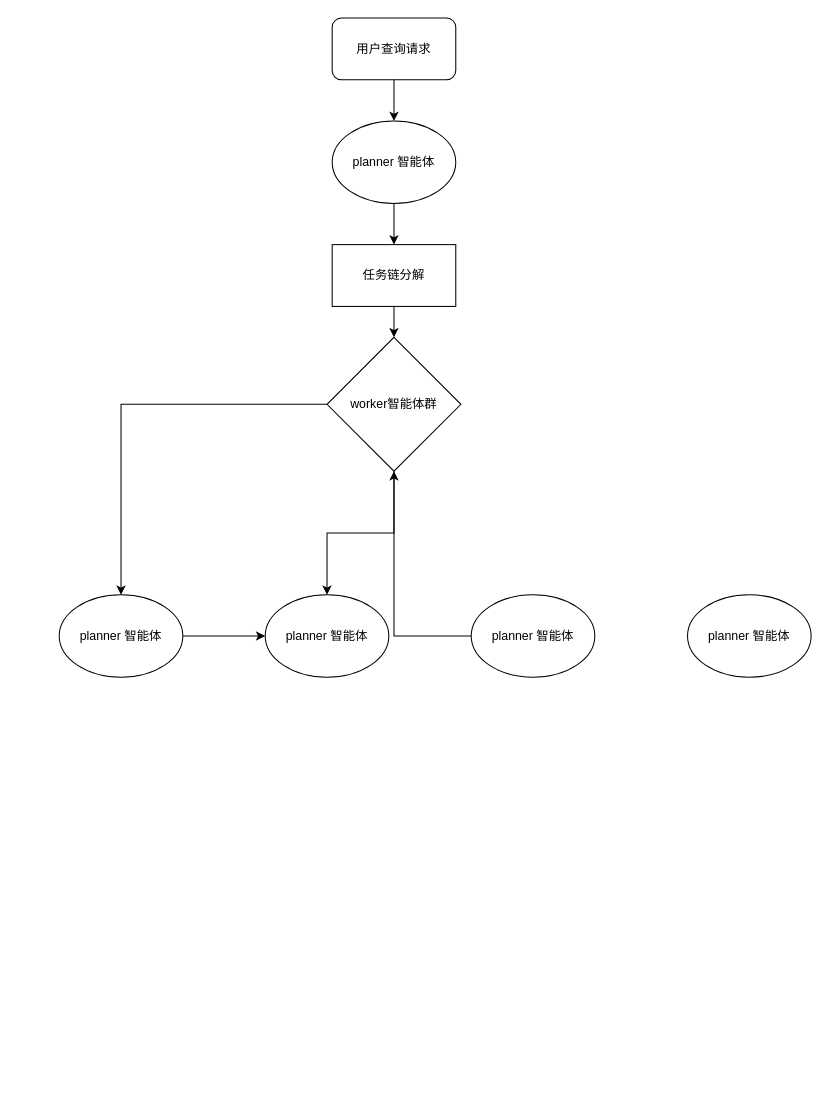
Before: 未命名绘图.drawio in PiercingLight1/reddit_crawler_v2, a draw.io diagram. Source tidied: cells renumbered, new cells numbered last; positions are measured from the earlier drawing's top-left corner, leaving out a move shared by most shapes. Both pictures are drawn from the tidied source at 103%, with x=0, y=0 at pixel (59, 18).
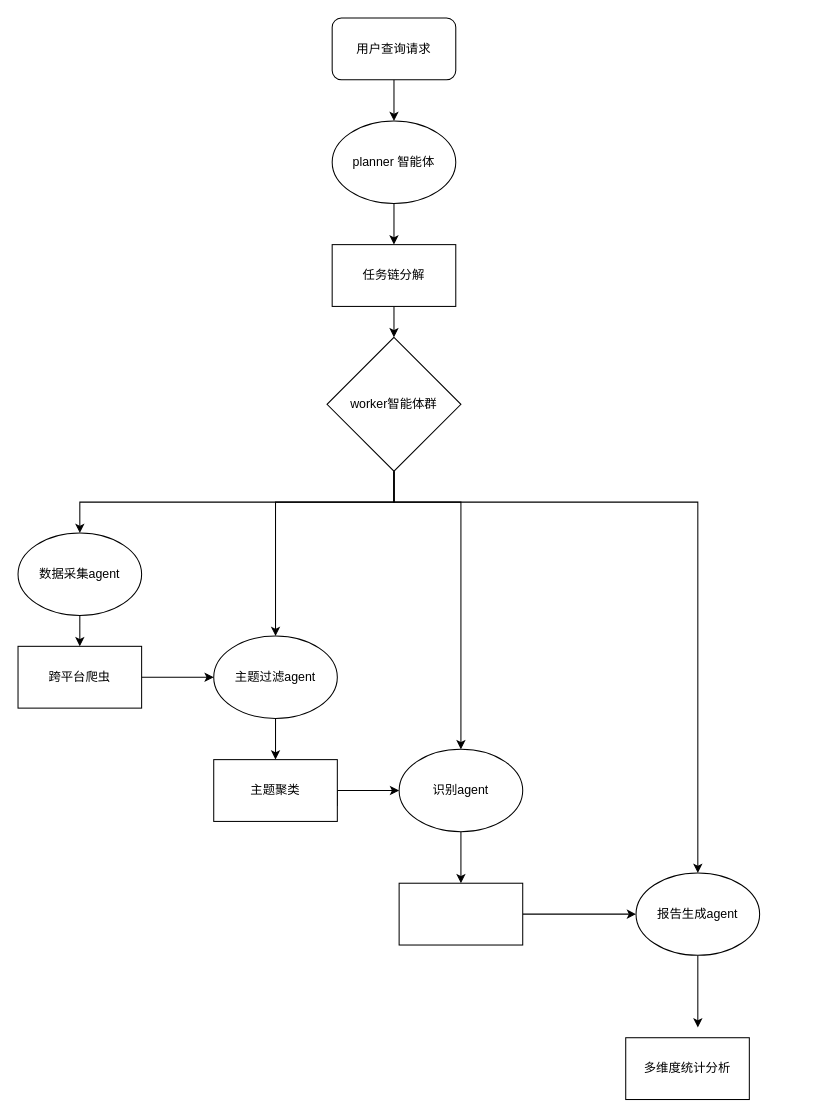
The same diagram, later.

Commit message:
更新未命名绘图.drawio

The change refers to these unchanged cells:
```xml
<mxCell id="10" value="worker智能体群" style="rhombus;whiteSpace=wrap;html=1;" parent="1" vertex="1">
  <mxGeometry x="260" y="310" width="130" height="130" as="geometry" />
</mxCell>
```

Diff of the diagram source:
```diff
@@
-    <mxCell id="8" style="edgeStyle=orthogonalEdgeStyle;rounded=0;jettySize=auto;html=1;entryX=0.5;entryY=0;entryDx=0;entryDy=0;" parent="1" edge="1" source="10" target="12">
+    <mxCell id="8" style="edgeStyle=orthogonalEdgeStyle;rounded=0;jettySize=auto;html=1;entryX=0.5;entryY=0;entryDx=0;entryDy=0;exitX=0.5;exitY=1;exitDx=0;exitDy=0;" parent="1" edge="1" source="10" target="12">
       <mxGeometry relative="1" as="geometry" />
     </mxCell>
     <mxCell id="9" style="edgeStyle=orthogonalEdgeStyle;rounded=0;jettySize=auto;html=1;" parent="1" edge="1" source="10" target="13">
-      <mxGeometry relative="1" as="geometry" />
+      <mxGeometry relative="1" as="geometry">
+        <Array as="points">
+          <mxPoint x="325" y="470" />
+          <mxPoint x="210" y="470" />
+        </Array>
+      </mxGeometry>
     </mxCell>
+    <mxCell id="17" style="edgeStyle=orthogonalEdgeStyle;rounded=0;jettySize=auto;html=1;entryX=0.5;entryY=0;entryDx=0;entryDy=0;exitX=0.5;exitY=1;exitDx=0;exitDy=0;" parent="1" edge="1" source="10" target="15">
+      <mxGeometry relative="1" as="geometry">
+        <Array as="points">
+          <mxPoint x="325" y="470" />
+          <mxPoint x="390" y="470" />
+        </Array>
+      </mxGeometry>
+    </mxCell>
+    <mxCell id="18" style="edgeStyle=orthogonalEdgeStyle;rounded=0;jettySize=auto;html=1;entryX=0.5;entryY=0;entryDx=0;entryDy=0;exitX=0.5;exitY=1;exitDx=0;exitDy=0;" parent="1" edge="1" source="10" target="16">
+      <mxGeometry relative="1" as="geometry">
+        <Array as="points">
+          <mxPoint x="325" y="470" />
+          <mxPoint x="620" y="470" />
+        </Array>
+      </mxGeometry>
+    </mxCell>
@@
-    <mxCell id="11" style="edgeStyle=orthogonalEdgeStyle;rounded=0;jettySize=auto;html=1;entryX=0;entryY=0.5;entryDx=0;entryDy=0;" parent="1" edge="1" source="12" target="13">
-      <mxGeometry relative="1" as="geometry" />
-    </mxCell>
+    <mxCell id="19" style="edgeStyle=orthogonalEdgeStyle;rounded=0;jettySize=auto;html=1;" parent="1" edge="1" source="12" target="25">
+      <mxGeometry relative="1" as="geometry" />
+    </mxCell>
-    <mxCell id="12" value="planner 智能体" style="ellipse;whiteSpace=wrap;html=1;" parent="1" vertex="1">
-      <mxGeometry y="560" width="120" height="80" as="geometry" />
+    <mxCell id="12" value="数据采集agent" style="ellipse;whiteSpace=wrap;html=1;" parent="1" vertex="1">
+      <mxGeometry x="-40" y="500" width="120" height="80" as="geometry" />
     </mxCell>
+    <mxCell id="20" style="edgeStyle=orthogonalEdgeStyle;rounded=0;jettySize=auto;html=1;entryX=0;entryY=0.5;entryDx=0;entryDy=0;exitX=1;exitY=0.75;exitDx=0;exitDy=0;" parent="1" edge="1" source="26" target="15">
+      <mxGeometry relative="1" as="geometry">
+        <Array as="points">
+          <mxPoint x="270" y="750" />
+          <mxPoint x="330" y="750" />
+        </Array>
+      </mxGeometry>
+    </mxCell>
+    <mxCell id="21" style="edgeStyle=orthogonalEdgeStyle;rounded=0;jettySize=auto;html=1;" parent="1" edge="1" source="13" target="26">
+      <mxGeometry relative="1" as="geometry" />
+    </mxCell>
-    <mxCell id="13" value="planner 智能体" style="ellipse;whiteSpace=wrap;html=1;" parent="1" vertex="1">
-      <mxGeometry x="200" y="560" width="120" height="80" as="geometry" />
+    <mxCell id="13" value="主题过滤agent" style="ellipse;whiteSpace=wrap;html=1;" parent="1" vertex="1">
+      <mxGeometry x="150" y="600" width="120" height="80" as="geometry" />
     </mxCell>
-    <mxCell id="14" style="edgeStyle=orthogonalEdgeStyle;rounded=0;jettySize=auto;html=1;entryX=0.5;entryY=1;entryDx=0;entryDy=0;" parent="1" edge="1" source="15" target="10">
-      <mxGeometry relative="1" as="geometry" />
-    </mxCell>
+    <mxCell id="22" style="edgeStyle=orthogonalEdgeStyle;rounded=0;jettySize=auto;html=1;" parent="1" edge="1" source="15" target="29">
+      <mxGeometry relative="1" as="geometry" />
+    </mxCell>
-    <mxCell id="15" value="planner 智能体" style="ellipse;whiteSpace=wrap;html=1;" parent="1" vertex="1">
-      <mxGeometry x="400" y="560" width="120" height="80" as="geometry" />
+    <mxCell id="15" value="识别agent" style="ellipse;whiteSpace=wrap;html=1;" parent="1" vertex="1">
+      <mxGeometry x="330" y="710" width="120" height="80" as="geometry" />
     </mxCell>
+    <mxCell id="23" style="edgeStyle=orthogonalEdgeStyle;rounded=0;jettySize=auto;html=1;" parent="1" edge="1" source="16">
+      <mxGeometry relative="1" as="geometry">
+        <mxPoint x="620" y="980" as="targetPoint" />
+      </mxGeometry>
+    </mxCell>
-    <mxCell id="16" value="planner 智能体" style="ellipse;whiteSpace=wrap;html=1;" parent="1" vertex="1">
-      <mxGeometry x="610" y="560" width="120" height="80" as="geometry" />
+    <mxCell id="16" value="报告生成agent" style="ellipse;whiteSpace=wrap;html=1;" parent="1" vertex="1">
+      <mxGeometry x="560" y="830" width="120" height="80" as="geometry" />
     </mxCell>
+    <mxCell id="24" style="edgeStyle=orthogonalEdgeStyle;rounded=0;jettySize=auto;html=1;" parent="1" edge="1" source="25" target="13">
+      <mxGeometry relative="1" as="geometry" />
+    </mxCell>
+    <mxCell id="25" value="跨平台爬虫" style="whiteSpace=wrap;html=1;" parent="1" vertex="1">
+      <mxGeometry x="-40" y="610" width="120" height="60" as="geometry" />
+    </mxCell>
+    <mxCell id="26" value="主题聚类" style="whiteSpace=wrap;html=1;" parent="1" vertex="1">
+      <mxGeometry x="150" y="720" width="120" height="60" as="geometry" />
+    </mxCell>
+    <mxCell id="27" value="多维度统计分析" style="whiteSpace=wrap;html=1;" parent="1" vertex="1">
+      <mxGeometry x="550" y="990" width="120" height="60" as="geometry" />
+    </mxCell>
+    <mxCell id="28" style="edgeStyle=orthogonalEdgeStyle;rounded=0;jettySize=auto;html=1;" parent="1" edge="1" source="29" target="16">
+      <mxGeometry relative="1" as="geometry" />
+    </mxCell>
+    <mxCell id="29" style="whiteSpace=wrap;html=1;" parent="1" vertex="1">
+      <mxGeometry x="330" y="840" width="120" height="60" as="geometry" />
+    </mxCell>
```
